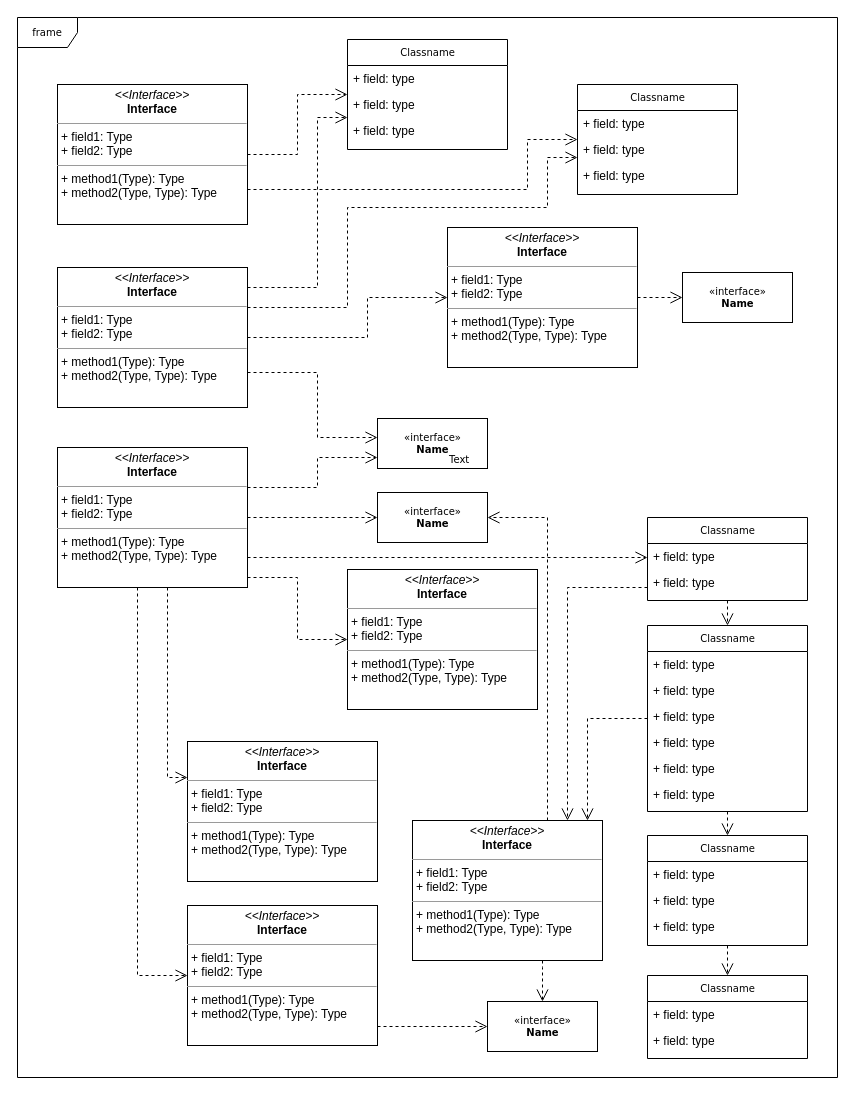
Harson-Zhang/zookeeper_book keeps this draw.io diagram as Untitled Diagram.drawio. Above is the earlier version. Source tidied: cells renumbered, new cells numbered last; positions are measured from the earlier drawing's top-left corner, leaving out a move shared by most shapes. Both pictures are drawn from the tidied source at 100%, with x=0, y=0 at pixel (17, 17).
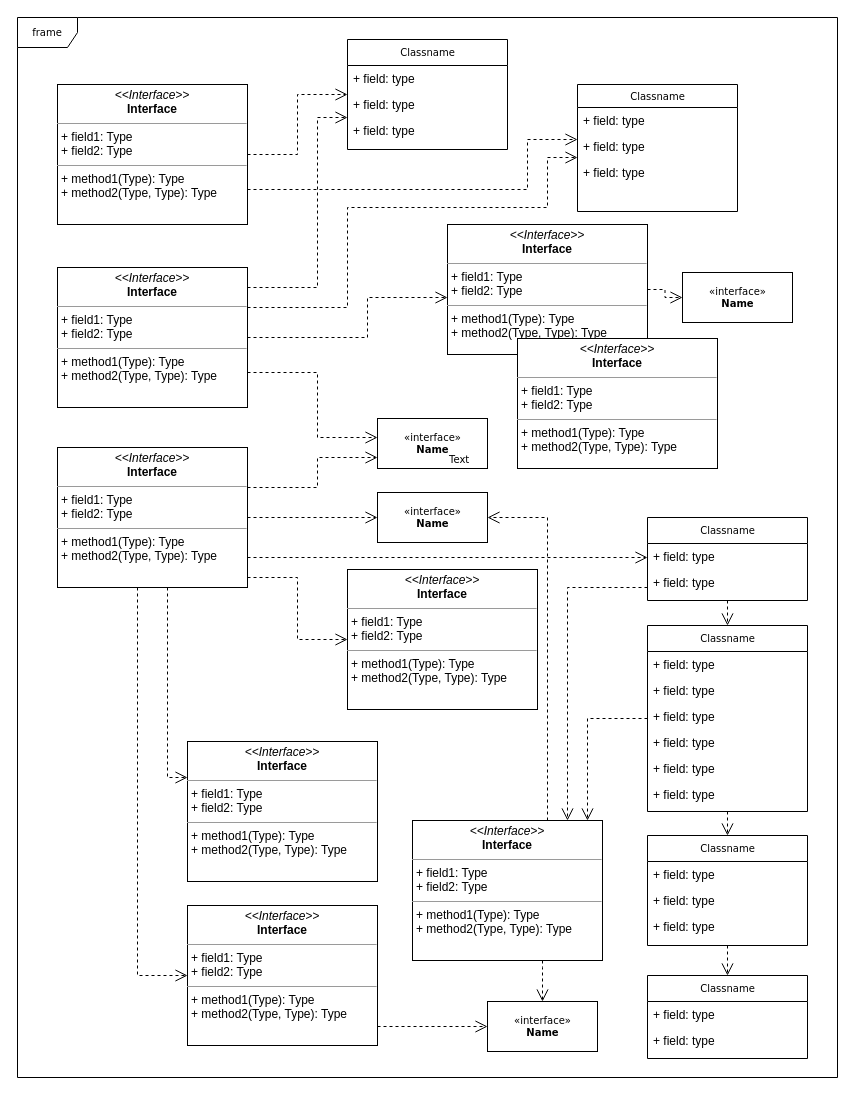
The same page after the edit.

The edit, as a diff of the source:
```diff
@@
-    <mxCell id="16" value="Classname" style="swimlane;html=1;fontStyle=0;horizontal=1;startSize=26;fillColor=none;swimlaneFillColor=#ffffff;rounded=0;shadow=0;comic=0;labelBackgroundColor=none;strokeWidth=1;fontFamily=Verdana;fontSize=10;align=center;" parent="1" vertex="1">
-      <mxGeometry x="560" y="67" width="160" height="110" as="geometry" />
+    <mxCell id="16" value="Classname" style="swimlane;html=1;fontStyle=0;horizontal=1;startSize=23;fillColor=none;swimlaneFillColor=#ffffff;rounded=0;shadow=0;comic=0;labelBackgroundColor=none;strokeWidth=1;fontFamily=Verdana;fontSize=10;align=center;" parent="1" vertex="1">
+      <mxGeometry x="560" y="67" width="160" height="127" as="geometry" />
     </mxCell>
     <mxCell id="17" value="+ field: type" style="text;html=1;strokeColor=none;fillColor=none;align=left;verticalAlign=top;spacingLeft=4;spacingRight=4;whiteSpace=wrap;overflow=hidden;" parent="16" vertex="1">
-      <mxGeometry y="26" width="160" height="26" as="geometry" />
+      <mxGeometry y="23" width="160" height="26" as="geometry" />
     </mxCell>
     <mxCell id="18" value="+ field: type" style="text;html=1;strokeColor=none;fillColor=none;align=left;verticalAlign=top;spacingLeft=4;spacingRight=4;whiteSpace=wrap;overflow=hidden;" parent="16" vertex="1">
-      <mxGeometry y="52" width="160" height="26" as="geometry" />
+      <mxGeometry y="49" width="160" height="26" as="geometry" />
     </mxCell>
     <mxCell id="19" value="+ field: type" style="text;html=1;strokeColor=none;fillColor=none;align=left;verticalAlign=top;spacingLeft=4;spacingRight=4;whiteSpace=wrap;overflow=hidden;" parent="16" vertex="1">
-      <mxGeometry y="78" width="160" height="26" as="geometry" />
+      <mxGeometry y="75" width="160" height="26" as="geometry" />
     </mxCell>
@@
-    <mxCell id="43" value="&lt;p style=&quot;margin:0px;margin-top:4px;text-align:center;&quot;&gt;&lt;i&gt;&amp;lt;&amp;lt;Interface&amp;gt;&amp;gt;&lt;/i&gt;&lt;br/&gt;&lt;b&gt;Interface&lt;/b&gt;&lt;/p&gt;&lt;hr size=&quot;1&quot;/&gt;&lt;p style=&quot;margin:0px;margin-left:4px;&quot;&gt;+ field1: Type&lt;br/&gt;+ field2: Type&lt;/p&gt;&lt;hr size=&quot;1&quot;/&gt;&lt;p style=&quot;margin:0px;margin-left:4px;&quot;&gt;+ method1(Type): Type&lt;br/&gt;+ method2(Type, Type): Type&lt;/p&gt;" style="verticalAlign=top;align=left;overflow=fill;fontSize=12;fontFamily=Helvetica;html=1;rounded=0;shadow=0;comic=0;labelBackgroundColor=none;strokeWidth=1;" parent="1" vertex="1">
-      <mxGeometry x="430" y="210" width="190" height="140" as="geometry" />
+    <mxCell id="43" value="&lt;p style=&quot;margin: 4px 0px 0px ; text-align: center&quot;&gt;&lt;i&gt;&amp;lt;&amp;lt;Interface&amp;gt;&amp;gt;&lt;/i&gt;&lt;br&gt;&lt;b&gt;Interface&lt;/b&gt;&lt;/p&gt;&lt;hr size=&quot;1&quot;&gt;&lt;p style=&quot;margin: 0px 0px 0px 4px&quot;&gt;+ field1: Type&lt;br&gt;+ field2: Type&lt;/p&gt;&lt;hr size=&quot;1&quot;&gt;&lt;p style=&quot;margin: 0px 0px 0px 4px&quot;&gt;+ method1(Type): Type&lt;br&gt;+ method2(Type, Type): Type&lt;/p&gt;" style="verticalAlign=top;align=left;overflow=fill;fontSize=12;fontFamily=Helvetica;html=1;rounded=0;shadow=0;comic=0;labelBackgroundColor=none;strokeWidth=1;" parent="1" vertex="1">
+      <mxGeometry x="430" y="207" width="200" height="130" as="geometry" />
     </mxCell>
@@
+    <mxCell id="62" value="&lt;p style=&quot;margin: 4px 0px 0px ; text-align: center&quot;&gt;&lt;i&gt;&amp;lt;&amp;lt;Interface&amp;gt;&amp;gt;&lt;/i&gt;&lt;br&gt;&lt;b&gt;Interface&lt;/b&gt;&lt;/p&gt;&lt;hr size=&quot;1&quot;&gt;&lt;p style=&quot;margin: 0px 0px 0px 4px&quot;&gt;+ field1: Type&lt;br&gt;+ field2: Type&lt;/p&gt;&lt;hr size=&quot;1&quot;&gt;&lt;p style=&quot;margin: 0px 0px 0px 4px&quot;&gt;+ method1(Type): Type&lt;br&gt;+ method2(Type, Type): Type&lt;/p&gt;" style="verticalAlign=top;align=left;overflow=fill;fontSize=12;fontFamily=Helvetica;html=1;rounded=0;shadow=0;comic=0;labelBackgroundColor=none;strokeWidth=1;" parent="1" vertex="1">
+      <mxGeometry x="500" y="321" width="200" height="130" as="geometry" />
+    </mxCell>
```
